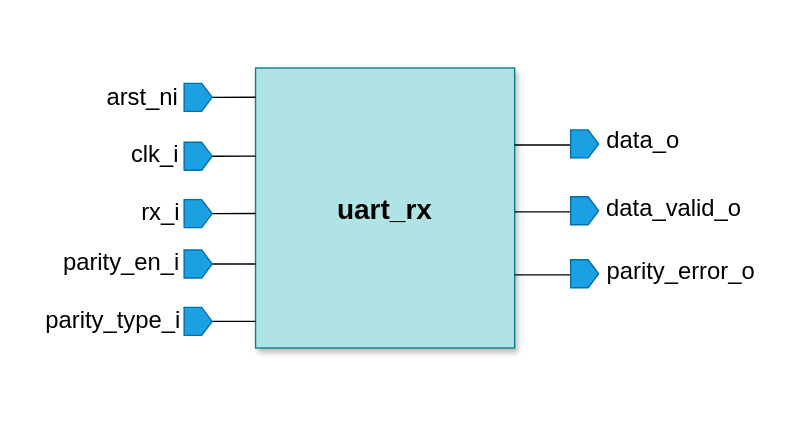
The draw.io diagram document/uart_rx_top.svg in ADN-VLSI/SC-SoC, before a commit. Source tidied: cells renumbered, new cells last; positions are measured from the earlier drawing's top-left corner, leaving out a move shared by most shapes.
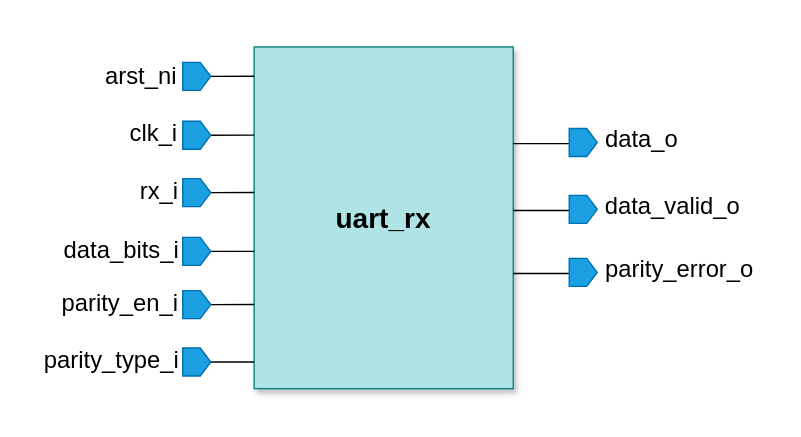
The same diagram one commit later.

What changed in the source:
```diff
@@ -3,25 +3,25 @@
     <mxCell id="0" />
     <mxCell id="1" parent="0" />
     <mxCell id="2" style="rounded=0;whiteSpace=wrap;html=1;strokeColor=none;" parent="1" vertex="1">
-      <mxGeometry x="0.5" width="571.5" height="312" as="geometry" />
+      <mxGeometry x="2" y="15" width="571.5" height="312" as="geometry" />
     </mxCell>
     <mxCell id="3" style="rounded=0;whiteSpace=wrap;html=1;fillColor=#b0e3e6;strokeColor=#0e8088;textShadow=1;shadow=1;" parent="1" vertex="1">
-      <mxGeometry x="183" y="48" width="185" height="200" as="geometry" />
+      <mxGeometry x="183" y="48" width="185" height="244" as="geometry" />
     </mxCell>
     <mxCell id="4" style="endArrow=none;html=1;entryX=0;entryY=0.5;entryDx=0;entryDy=0;" parent="1" edge="1">
       <mxGeometry relative="1" as="geometry">
-        <mxPoint x="368" y="103" as="sourcePoint" />
-        <mxPoint x="408" y="103" as="targetPoint" />
+        <mxPoint x="368" y="117" as="sourcePoint" />
+        <mxPoint x="408" y="117" as="targetPoint" />
       </mxGeometry>
     </mxCell>
     <mxCell id="5" value="&lt;font style=&quot;font-size: 20px;&quot;&gt;uart_rx&lt;/font&gt;" style="text;html=1;align=center;verticalAlign=middle;whiteSpace=wrap;rounded=0;fontStyle=1;fontSize=16;" parent="1" vertex="1">
-      <mxGeometry x="233" y="133" width="85" height="30" as="geometry" />
+      <mxGeometry x="233" y="155" width="85" height="30" as="geometry" />
     </mxCell>
     <mxCell id="6" value="&lt;font style=&quot;font-size: 17px;&quot;&gt;data_o&lt;/font&gt;" style="text;html=1;align=center;verticalAlign=middle;whiteSpace=wrap;rounded=0;" parent="1" vertex="1">
-      <mxGeometry x="435" y="90.2" width="50" height="21" as="geometry" />
+      <mxGeometry x="435" y="104.2" width="50" height="21" as="geometry" />
     </mxCell>
     <mxCell id="7" style="shape=offPageConnector;whiteSpace=wrap;html=1;rotation=-90;fillColor=#1ba1e2;fontColor=#ffffff;strokeColor=#006EAF;" parent="1" vertex="1">
-      <mxGeometry x="408" y="92.2" width="20" height="20" as="geometry" />
+      <mxGeometry x="408" y="106.2" width="20" height="20" as="geometry" />
     </mxCell>
     <mxCell id="8" value="&lt;font style=&quot;font-size: 17px;&quot;&gt;arst_ni&lt;/font&gt;" style="text;html=1;align=center;verticalAlign=middle;whiteSpace=wrap;rounded=0;" parent="1" vertex="1">
       <mxGeometry x="72.7" y="56" width="59.3" height="28" as="geometry" />
@@ -40,15 +40,15 @@
     </mxCell>
     <mxCell id="12" style="endArrow=none;html=1;entryX=0;entryY=0.5;entryDx=0;entryDy=0;" parent="1" edge="1">
       <mxGeometry relative="1" as="geometry">
-        <mxPoint x="368" y="150.7" as="sourcePoint" />
-        <mxPoint x="408" y="150.7" as="targetPoint" />
+        <mxPoint x="368" y="164.7" as="sourcePoint" />
+        <mxPoint x="408" y="164.7" as="targetPoint" />
       </mxGeometry>
     </mxCell>
     <mxCell id="13" value="&lt;font style=&quot;font-size: 17px;&quot;&gt;data_valid_o&lt;/font&gt;" style="text;html=1;align=center;verticalAlign=middle;whiteSpace=wrap;rounded=0;" parent="1" vertex="1">
-      <mxGeometry x="457" y="139" width="50" height="21" as="geometry" />
+      <mxGeometry x="457" y="153" width="50" height="21" as="geometry" />
     </mxCell>
     <mxCell id="14" style="shape=offPageConnector;whiteSpace=wrap;html=1;rotation=-90;fillColor=#1ba1e2;fontColor=#ffffff;strokeColor=#006EAF;" parent="1" vertex="1">
-      <mxGeometry x="408" y="140" width="20" height="20" as="geometry" />
+      <mxGeometry x="408" y="154" width="20" height="20" as="geometry" />
     </mxCell>
     <mxCell id="15" style="group;" parent="1" vertex="1">
       <mxGeometry x="91" y="101" width="92" height="61" as="geometry" />
@@ -87,7 +87,7 @@
       <mxGeometry x="4" y="3" width="32.7" height="14" as="geometry" />
     </mxCell>
     <mxCell id="25" style="group;" parent="1" vertex="1">
-      <mxGeometry x="132" y="178" width="51" height="20" as="geometry" />
+      <mxGeometry x="132" y="222" width="51" height="20" as="geometry" />
     </mxCell>
     <mxCell id="26" style="endArrow=none;html=1;exitX=1;exitY=0.5;exitDx=0;exitDy=0;entryX=0;entryY=0.152;entryDx=0;entryDy=0;entryPerimeter=0;" parent="25" edge="1">
       <mxGeometry relative="1" as="geometry">
@@ -99,31 +99,49 @@
       <mxGeometry width="20" height="20" as="geometry" />
     </mxCell>
     <mxCell id="28" value="&lt;font style=&quot;font-size: 17px;&quot;&gt;parity_en_i&lt;/font&gt;" style="text;html=1;align=center;verticalAlign=middle;whiteSpace=wrap;rounded=0;" parent="1" vertex="1">
-      <mxGeometry x="71" y="181" width="32.7" height="14" as="geometry" />
+      <mxGeometry x="71" y="225" width="32.7" height="14" as="geometry" />
     </mxCell>
     <mxCell id="29" value="&lt;font style=&quot;font-size: 17px;&quot;&gt;parity_type_i&lt;/font&gt;" style="text;html=1;align=center;verticalAlign=middle;whiteSpace=wrap;rounded=0;" parent="1" vertex="1">
-      <mxGeometry x="65" y="222" width="32.7" height="14" as="geometry" />
+      <mxGeometry x="65" y="266" width="32.7" height="14" as="geometry" />
     </mxCell>
     <mxCell id="30" style="endArrow=none;html=1;exitX=1;exitY=0.5;exitDx=0;exitDy=0;entryX=0;entryY=0.152;entryDx=0;entryDy=0;entryPerimeter=0;" parent="1" edge="1">
       <mxGeometry relative="1" as="geometry">
-        <mxPoint x="152" y="229" as="sourcePoint" />
-        <mxPoint x="183" y="228.9" as="targetPoint" />
+        <mxPoint x="152" y="273" as="sourcePoint" />
+        <mxPoint x="183" y="272.9" as="targetPoint" />
       </mxGeometry>
     </mxCell>
     <mxCell id="31" style="shape=offPageConnector;whiteSpace=wrap;html=1;rotation=-90;fillColor=#1ba1e2;fontColor=#ffffff;strokeColor=#006EAF;" parent="1" vertex="1">
-      <mxGeometry x="132" y="219" width="20" height="20" as="geometry" />
+      <mxGeometry x="132" y="263" width="20" height="20" as="geometry" />
     </mxCell>
     <mxCell id="32" style="endArrow=none;html=1;entryX=0;entryY=0.5;entryDx=0;entryDy=0;" parent="1" edge="1">
       <mxGeometry relative="1" as="geometry">
-        <mxPoint x="368" y="195.7" as="sourcePoint" />
-        <mxPoint x="408" y="195.7" as="targetPoint" />
+        <mxPoint x="368" y="209.7" as="sourcePoint" />
+        <mxPoint x="408" y="209.7" as="targetPoint" />
       </mxGeometry>
     </mxCell>
     <mxCell id="33" value="&lt;font style=&quot;font-size: 17px;&quot;&gt;parity_error_o&lt;/font&gt;" style="text;html=1;align=center;verticalAlign=middle;whiteSpace=wrap;rounded=0;" parent="1" vertex="1">
-      <mxGeometry x="462" y="184" width="50" height="21" as="geometry" />
+      <mxGeometry x="462" y="198" width="50" height="21" as="geometry" />
     </mxCell>
     <mxCell id="34" style="shape=offPageConnector;whiteSpace=wrap;html=1;rotation=-90;fillColor=#1ba1e2;fontColor=#ffffff;strokeColor=#006EAF;" parent="1" vertex="1">
-      <mxGeometry x="408" y="185" width="20" height="20" as="geometry" />
+      <mxGeometry x="408" y="199" width="20" height="20" as="geometry" />
     </mxCell>
+    <mxCell id="35" style="group;" parent="1" vertex="1">
+      <mxGeometry x="91" y="184" width="92" height="20" as="geometry" />
+    </mxCell>
+    <mxCell id="36" value="&lt;font style=&quot;font-size: 17px;&quot;&gt;data_bits_i&lt;/font&gt;" style="text;html=1;align=center;verticalAlign=middle;whiteSpace=wrap;rounded=0;" parent="35" vertex="1">
+      <mxGeometry x="-19" y="3" width="32.7" height="14" as="geometry" />
+    </mxCell>
+    <mxCell id="37" style="group;" parent="35" vertex="1">
+      <mxGeometry x="41" width="51" height="20" as="geometry" />
+    </mxCell>
+    <mxCell id="38" style="endArrow=none;html=1;exitX=1;exitY=0.5;exitDx=0;exitDy=0;entryX=0;entryY=0.152;entryDx=0;entryDy=0;entryPerimeter=0;" parent="37" edge="1">
+      <mxGeometry relative="1" as="geometry">
+        <mxPoint x="20" y="10" as="sourcePoint" />
+        <mxPoint x="51" y="10" as="targetPoint" />
+      </mxGeometry>
+    </mxCell>
+    <mxCell id="39" style="shape=offPageConnector;whiteSpace=wrap;html=1;rotation=-90;fillColor=#1ba1e2;fontColor=#ffffff;strokeColor=#006EAF;" parent="37" vertex="1">
+      <mxGeometry width="20" height="20" as="geometry" />
+    </mxCell>
   </root>
 </mxGraphModel>
```
